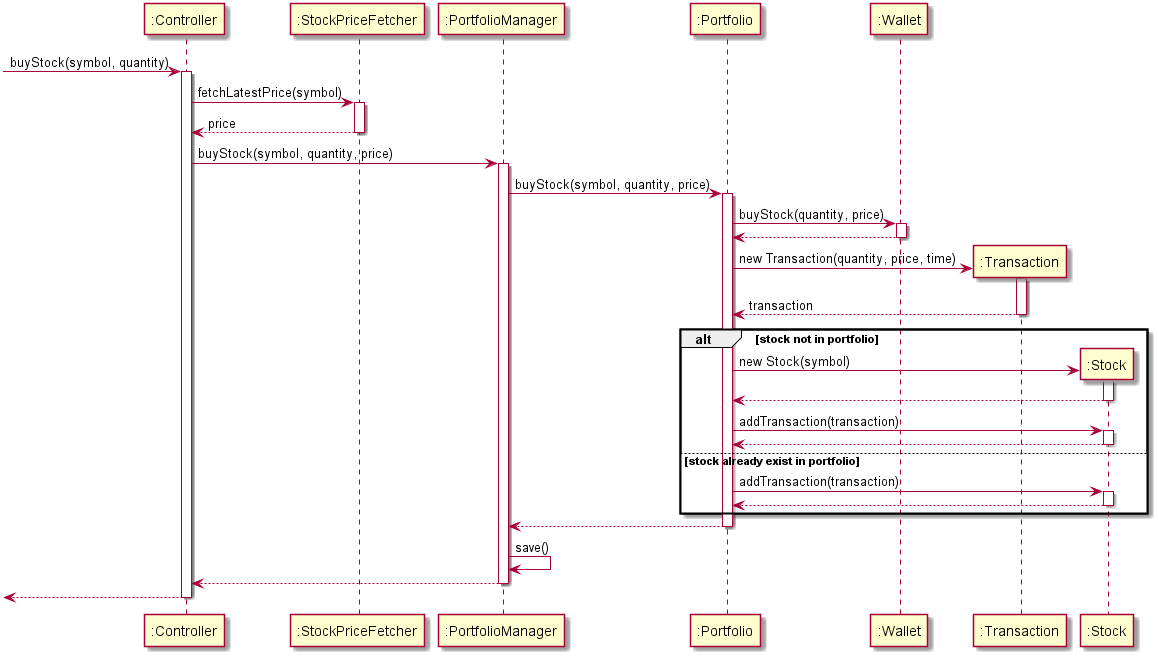
nus-cs2113-AY2021S1/tp keeps this PlantUML diagram as docs/diagrams/BuyStockSequence.png. Above is the earlier version.
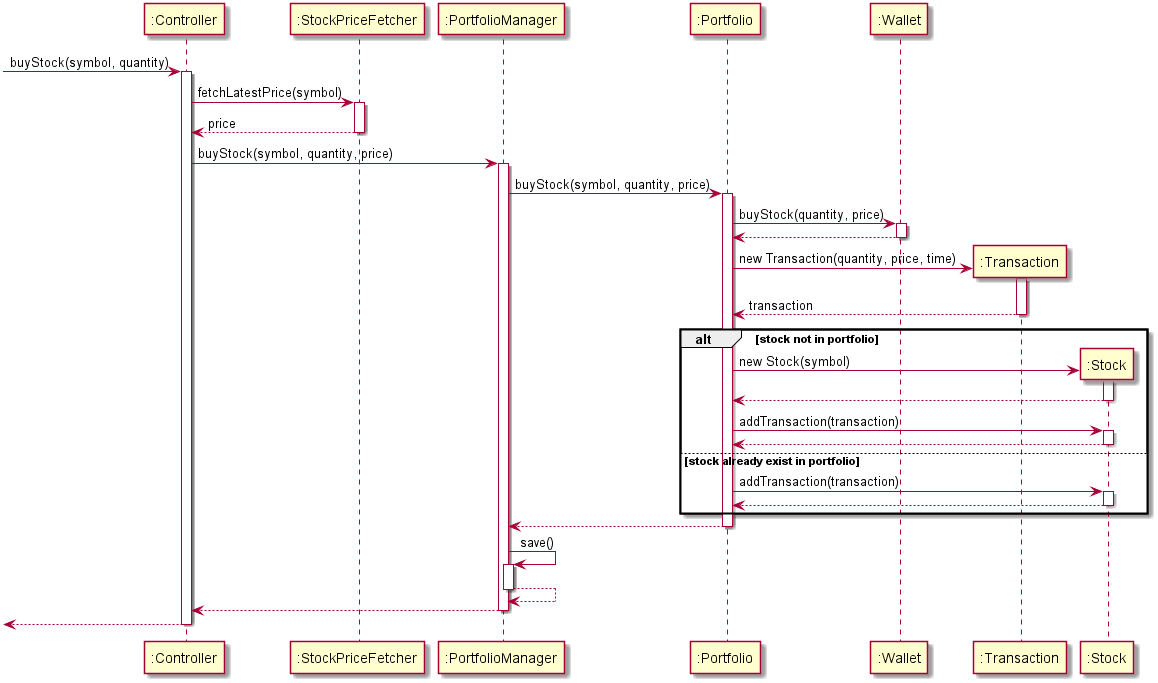
After the commit.

Commit message:
Edit sequence diagram

Diff of the diagram source:
```diff
@@ -62,6 +62,9 @@
 deactivate Portfolio
 
 PortfolioManager -> PortfolioManager : save()
+activate PortfolioManager
+PortfolioManager --> PortfolioManager :
+deactivate PortfolioManager
 
 PortfolioManager --> Controller :
 deactivate PortfolioManager
```
